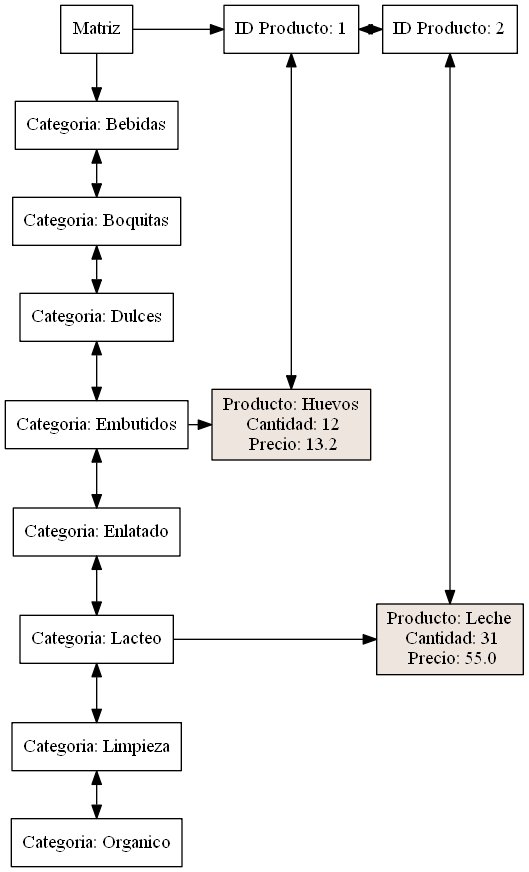
The Graphviz diagram Proyecto_Clase/Matriz_inventario.png in Eduardo01004/Proyecto_Clase_EDD, before a commit. Its source is kept beside it as Proyecto_Clase/Matriz_inventario.dot.
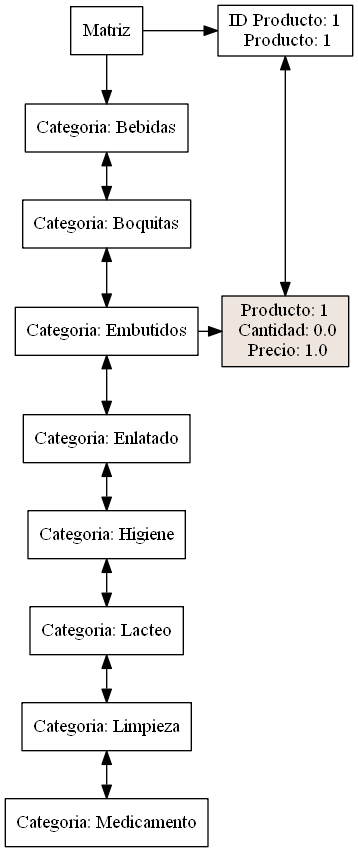
Above is the later version.

Change to the diagram source:
```diff
@@ -1,40 +1,31 @@
 digraph G{
 node [shape = box]
 raiz[label="Matriz"  group=1];
-1882024626 [label="Categoria: Bebidas" group = 1];
-1516575667 [label="Categoria: Boquitas" group = 1];
-1120436845 [label="Categoria: Dulces" group = 1];
-182012127 [label="Categoria: Embutidos" group = 1];
-1668568105 [label="Categoria: Enlatado" group = 1];
-289305463 [label="Categoria: Lacteo" group = 1];
-400769239 [label="Categoria: Limpieza" group = 1];
-1463577924 [label="Categoria: Organico" group = 1];
-1882024626->1516575667[dir=both];
-1516575667->1120436845[dir=both];
-1120436845->182012127[dir=both];
-182012127->1668568105[dir=both];
-1668568105->289305463[dir=both];
-289305463->400769239[dir=both];
-400769239->1463577924[dir=both];
-649193886 [label="ID Producto: 1" group = 3];
-249519909 [label="ID Producto: 2" group = 4];
-649193886->249519909[dir=both];
-raiz ->1882024626
-raiz ->649193886
+960840988 [label="Categoria: Bebidas" group = 1];
+1742038016 [label="Categoria: Boquitas" group = 1];
+1384080230 [label="Categoria: Embutidos" group = 1];
+1934208243 [label="Categoria: Enlatado" group = 1];
+1622632995 [label="Categoria: Higiene" group = 1];
+747562833 [label="Categoria: Lacteo" group = 1];
+96720373 [label="Categoria: Limpieza" group = 1];
+1003736970 [label="Categoria: Medicamento" group = 1];
+960840988->1742038016[dir=both];
+1742038016->1384080230[dir=both];
+1384080230->1934208243[dir=both];
+1934208243->1622632995[dir=both];
+1622632995->747562833[dir=both];
+747562833->96720373[dir=both];
+96720373->1003736970[dir=both];
+1836351770 [label="ID Producto: 1&#92;n Producto: 1" group = 3];
+raiz ->960840988
+raiz ->1836351770
 { rank  = same; raiz
-649193886;
-249519909;
+1836351770;
 }
-184222762 [style=filled,fillcolor=seashell2,label= "Producto: Huevos&#92;n Cantidad: 12&#92;n Precio: 13.2" group = 3 ];
-1263047086 [style=filled,fillcolor=seashell2,label= "Producto: Leche&#92;n Cantidad: 31&#92;n Precio: 55.0" group = 4 ];
-182012127->184222762
-{ rank = same; 182012127;
-184222762;
+1752525855 [style=filled,fillcolor=seashell2,label= "Producto: 1&#92;n Cantidad: 0.0&#92;n Precio: 1.0" group = 3 ];
+1384080230->1752525855
+{ rank = same; 1384080230;
+1752525855;
 }
-289305463->1263047086
-{ rank = same; 289305463;
-1263047086;
+1836351770->1752525855[dir=both];
 }
-649193886->184222762[dir=both];
-249519909->1263047086[dir=both];
-}
```
